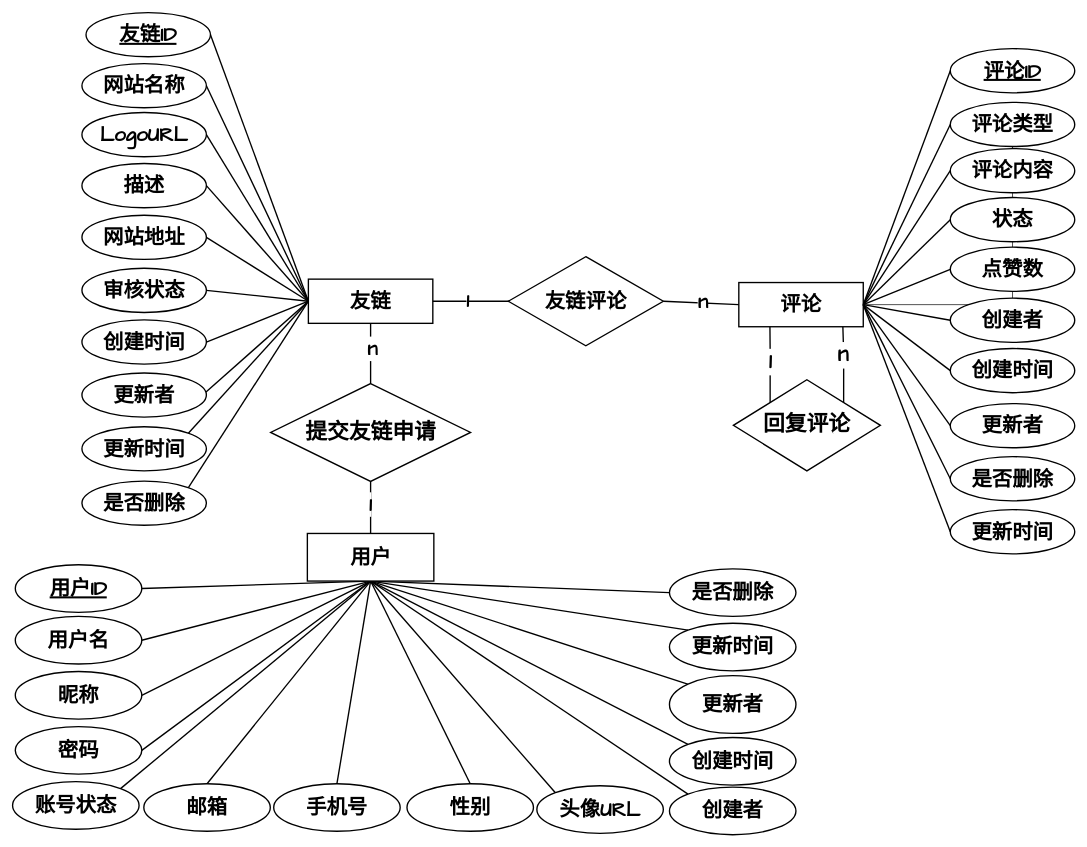
The draw.io diagram graph/友链ER.drawio in zhangbird050801/bird-blog, before the edit. Source tidied: cells renumbered, new cells numbered last; positions are measured from the earlier drawing's top-left corner, leaving out a move shared by most shapes. Both pictures are drawn from the tidied source at 68%, with x=0, y=0 at pixel (12, 12).
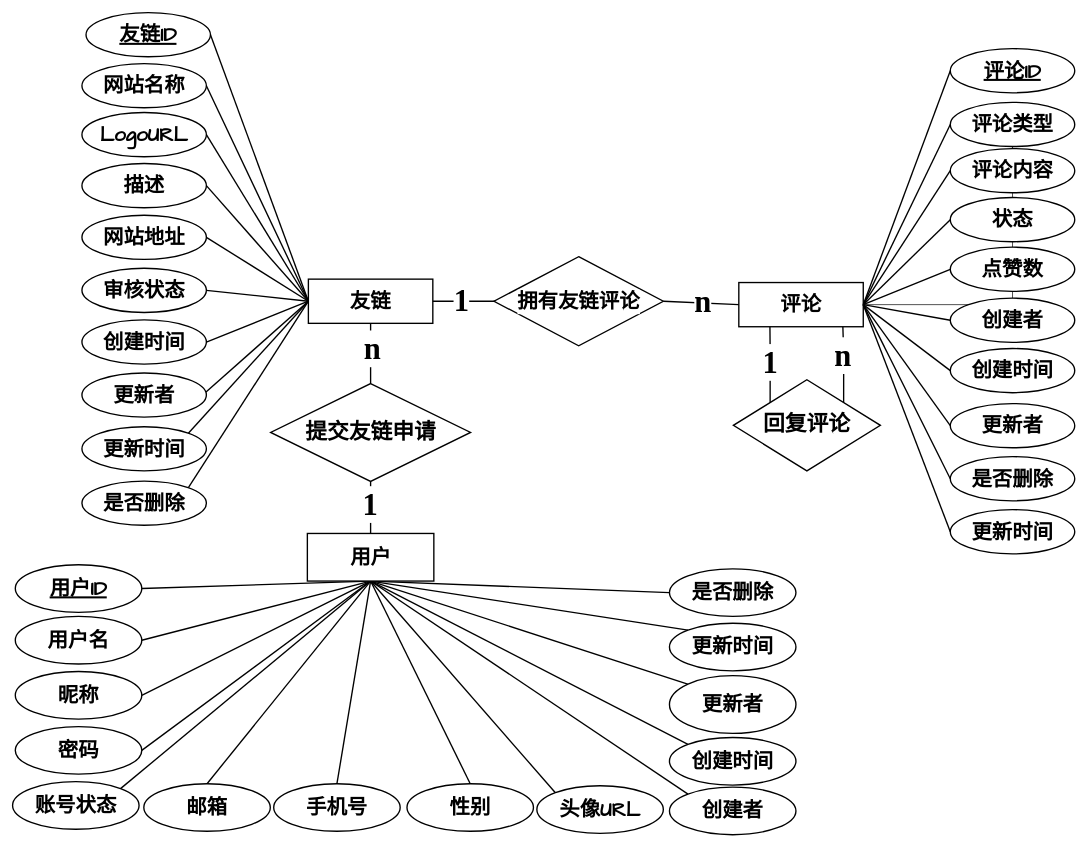
Above is the later version.

The change refers to these unchanged cells:
```xml
<mxCell id="25" style="endArrow=none;html=1;rounded=0;exitX=1;exitY=0.5;exitDx=0;exitDy=0;fontSize=30;strokeColor=default;strokeWidth=2;align=center;verticalAlign=middle;fontFamily=Comic Sans MS;fontColor=default;fontStyle=1;labelBackgroundColor=default;endFill=0;entryX=0;entryY=0.5;entryDx=0;entryDy=0;" parent="1" edge="1" source="2" target="50">
  <mxGeometry relative="1" as="geometry" />
</mxCell>
<mxCell id="27" style="endArrow=none;html=1;rounded=0;entryX=0;entryY=0.5;entryDx=0;entryDy=0;exitX=1;exitY=0.5;exitDx=0;exitDy=0;fontSize=30;strokeColor=default;strokeWidth=2;align=center;verticalAlign=middle;fontFamily=Comic Sans MS;fontColor=default;fontStyle=1;labelBackgroundColor=default;endFill=0;" parent="1" edge="1" source="50" target="24">
  <mxGeometry relative="1" as="geometry" />
</mxCell>
<mxCell id="52" style="edgeStyle=orthogonalEdgeStyle;rounded=0;jettySize=auto;html=1;exitX=0;exitY=0;exitDx=0;exitDy=0;entryX=0.25;entryY=1;entryDx=0;entryDy=0;endArrow=none;endFill=0;strokeColor=default;strokeWidth=2;align=center;verticalAlign=middle;fontFamily=Comic Sans MS;fontSize=30;fontColor=default;fontStyle=1;labelBackgroundColor=default;" parent="1" edge="1" source="51" target="24">
  <mxGeometry relative="1" as="geometry" />
</mxCell>
<mxCell id="54" style="edgeStyle=orthogonalEdgeStyle;rounded=0;jettySize=auto;html=1;exitX=1;exitY=0;exitDx=0;exitDy=0;endArrow=none;endFill=0;strokeColor=default;strokeWidth=2;align=center;verticalAlign=middle;fontFamily=Comic Sans MS;fontSize=30;fontColor=default;fontStyle=1;labelBackgroundColor=default;" parent="1" edge="1" source="51">
  <mxGeometry relative="1" as="geometry">
    <mxPoint x="1221" y="462" as="targetPoint" />
  </mxGeometry>
</mxCell>
<mxCell id="86" style="rounded=0;jettySize=auto;html=1;exitX=0.5;exitY=0;exitDx=0;exitDy=0;entryX=0.5;entryY=1;entryDx=0;entryDy=0;endArrow=none;endFill=0;fontSize=30;strokeColor=default;strokeWidth=2;align=center;verticalAlign=middle;fontFamily=Comic Sans MS;fontColor=default;fontStyle=1;labelBackgroundColor=default;" parent="1" edge="1" source="85" target="2">
  <mxGeometry relative="1" as="geometry" />
</mxCell>
<mxCell id="88" style="rounded=0;jettySize=auto;html=1;exitX=0.5;exitY=0;exitDx=0;exitDy=0;entryX=0.5;entryY=1;entryDx=0;entryDy=0;endArrow=none;endFill=0;fontSize=30;strokeColor=default;strokeWidth=2;align=center;verticalAlign=middle;fontFamily=Comic Sans MS;fontColor=default;fontStyle=1;labelBackgroundColor=default;" parent="1" edge="1" source="84" target="85">
  <mxGeometry relative="1" as="geometry" />
</mxCell>
```

Change to the diagram source:
```diff
@@
-    <mxCell id="26" value="1" style="edgeLabel;html=1;align=center;verticalAlign=middle;fontSize=30;fontFamily=Comic Sans MS;rounded=0;strokeColor=default;strokeWidth=2;fontColor=default;fontStyle=1;labelBackgroundColor=default;" parent="25" vertex="1">
+    <mxCell id="26" value="1" style="edgeLabel;html=1;align=center;verticalAlign=middle;fontSize=45;fontFamily=Times New Roman;rounded=0;strokeColor=default;strokeWidth=2;fontColor=default;fontStyle=1;labelBackgroundColor=default;" parent="25" vertex="1">
       <mxGeometry x="-0.1" y="1" relative="1" as="geometry" />
     </mxCell>
@@
-    <mxCell id="28" value="n" style="edgeLabel;html=1;align=center;verticalAlign=middle;fontSize=30;fontFamily=Comic Sans MS;rounded=0;strokeColor=default;strokeWidth=2;fontColor=default;fontStyle=1;labelBackgroundColor=default;" parent="27" vertex="1">
+    <mxCell id="28" value="n" style="edgeLabel;html=1;align=center;verticalAlign=middle;fontSize=45;fontFamily=Times New Roman;rounded=0;strokeColor=default;strokeWidth=2;fontColor=default;fontStyle=1;labelBackgroundColor=default;" parent="27" vertex="1">
       <mxGeometry x="0.02" y="3" relative="1" as="geometry" />
     </mxCell>
@@
-    <mxCell id="50" value="友链评论" style="rhombus;whiteSpace=wrap;html=1;fontSize=30;rounded=0;strokeColor=default;strokeWidth=2;align=center;verticalAlign=middle;fontFamily=Comic Sans MS;fontColor=default;fontStyle=1;labelBackgroundColor=default;" parent="1" vertex="1">
-      <mxGeometry x="729" y="359" width="228" height="131" as="geometry" />
+    <mxCell id="50" value="拥有友链评论" style="rhombus;whiteSpace=wrap;html=1;fontSize=30;rounded=0;strokeColor=default;strokeWidth=2;align=center;verticalAlign=middle;fontFamily=Comic Sans MS;fontColor=default;fontStyle=1;labelBackgroundColor=default;" parent="1" vertex="1">
+      <mxGeometry x="708" y="359" width="249" height="131" as="geometry" />
     </mxCell>
@@
-    <mxCell id="53" value="&lt;span style=&quot;font-family: &amp;quot;Comic Sans MS&amp;quot;; font-size: 32px;&quot;&gt;1&lt;/span&gt;" style="edgeLabel;html=1;align=center;verticalAlign=middle;rounded=0;strokeColor=default;strokeWidth=2;fontFamily=Comic Sans MS;fontSize=30;fontColor=default;fontStyle=1;labelBackgroundColor=default;" parent="52" vertex="1">
+    <mxCell id="53" value="&lt;span&gt;1&lt;/span&gt;" style="edgeLabel;html=1;align=center;verticalAlign=middle;rounded=0;strokeColor=default;strokeWidth=2;fontFamily=Times New Roman;fontSize=45;fontColor=default;fontStyle=1;labelBackgroundColor=default;" parent="52" vertex="1">
       <mxGeometry x="0.08" y="1" relative="1" as="geometry" />
     </mxCell>
@@
-    <mxCell id="55" value="&lt;span style=&quot;font-family: &amp;quot;Comic Sans MS&amp;quot;; font-size: 32px;&quot;&gt;n&lt;/span&gt;" style="edgeLabel;html=1;align=center;verticalAlign=middle;rounded=0;strokeColor=default;strokeWidth=2;fontFamily=Comic Sans MS;fontSize=30;fontColor=default;fontStyle=1;labelBackgroundColor=default;" parent="54" vertex="1">
+    <mxCell id="55" value="&lt;span&gt;n&lt;/span&gt;" style="edgeLabel;html=1;align=center;verticalAlign=middle;rounded=0;strokeColor=default;strokeWidth=2;fontFamily=Times New Roman;fontSize=45;fontColor=default;fontStyle=1;labelBackgroundColor=default;" parent="54" vertex="1">
       <mxGeometry x="0.26" y="2" relative="1" as="geometry">
         <mxPoint y="1" as="offset" />
       </mxGeometry>
     </mxCell>
@@
-    <mxCell id="87" value="&lt;span style=&quot;font-family: &amp;quot;Comic Sans MS&amp;quot;; font-size: 30px; font-weight: 700;&quot;&gt;n&lt;/span&gt;" style="edgeLabel;html=1;align=center;verticalAlign=middle;" parent="86" vertex="1">
+    <mxCell id="87" value="&lt;span style=&quot;font-weight: 700;&quot;&gt;n&lt;/span&gt;" style="edgeLabel;html=1;align=center;verticalAlign=middle;fontFamily=Times New Roman;fontSize=45;" parent="86" vertex="1">
       <mxGeometry x="0.17" y="-2" relative="1" as="geometry" />
     </mxCell>
@@
-    <mxCell id="89" value="&lt;span style=&quot;font-family: &amp;quot;Comic Sans MS&amp;quot;; font-size: 30px; font-weight: 700;&quot;&gt;1&lt;/span&gt;" style="edgeLabel;html=1;align=center;verticalAlign=middle;" parent="88" vertex="1">
+    <mxCell id="89" value="&lt;span style=&quot;font-weight: 700;&quot;&gt;1&lt;/span&gt;" style="edgeLabel;html=1;align=center;verticalAlign=middle;fontFamily=Times New Roman;fontSize=45;" parent="88" vertex="1">
       <mxGeometry x="0.16" y="1" relative="1" as="geometry" />
     </mxCell>
```
